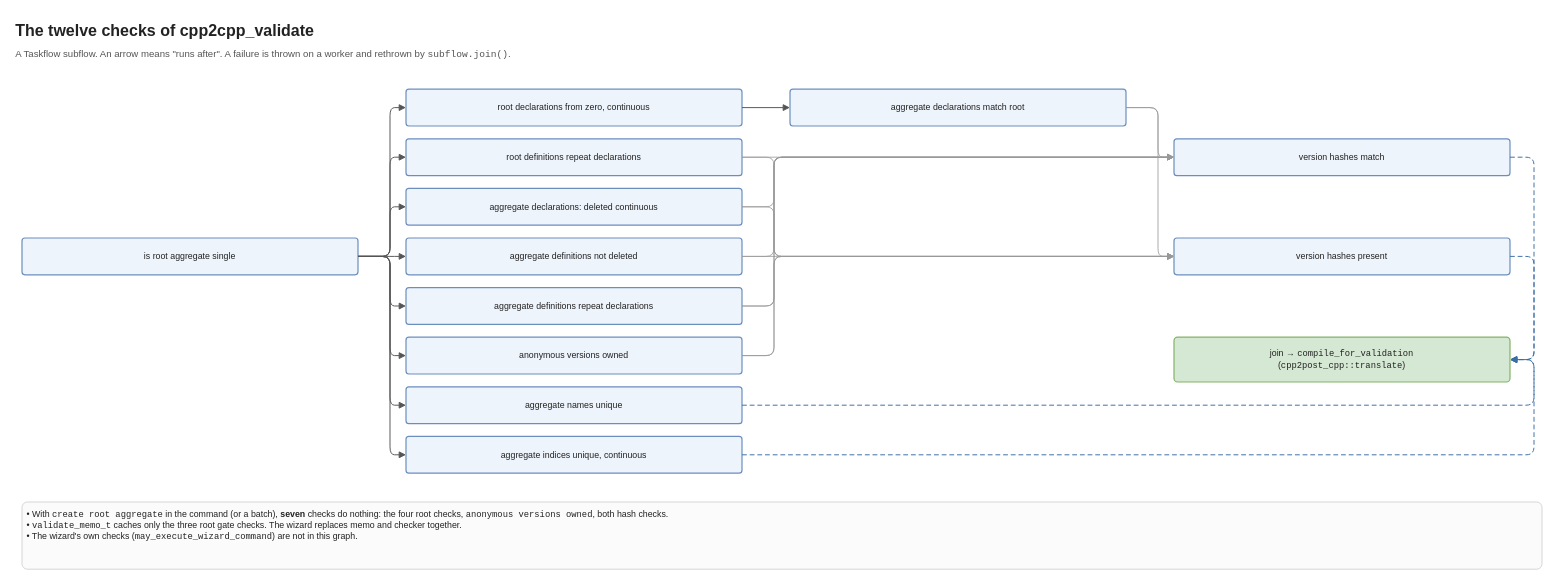
Earlier version of the draw.io diagram drawio/37_dev_validate_dag.drawio (goloveshin/galimatron_doc). Source tidied: cells renumbered, new cells numbered last; positions are measured from the earlier drawing's top-left corner, leaving out a move shared by most shapes. Both pictures are drawn from the tidied source at 80%, with x=0, y=0 at pixel (14, 14).
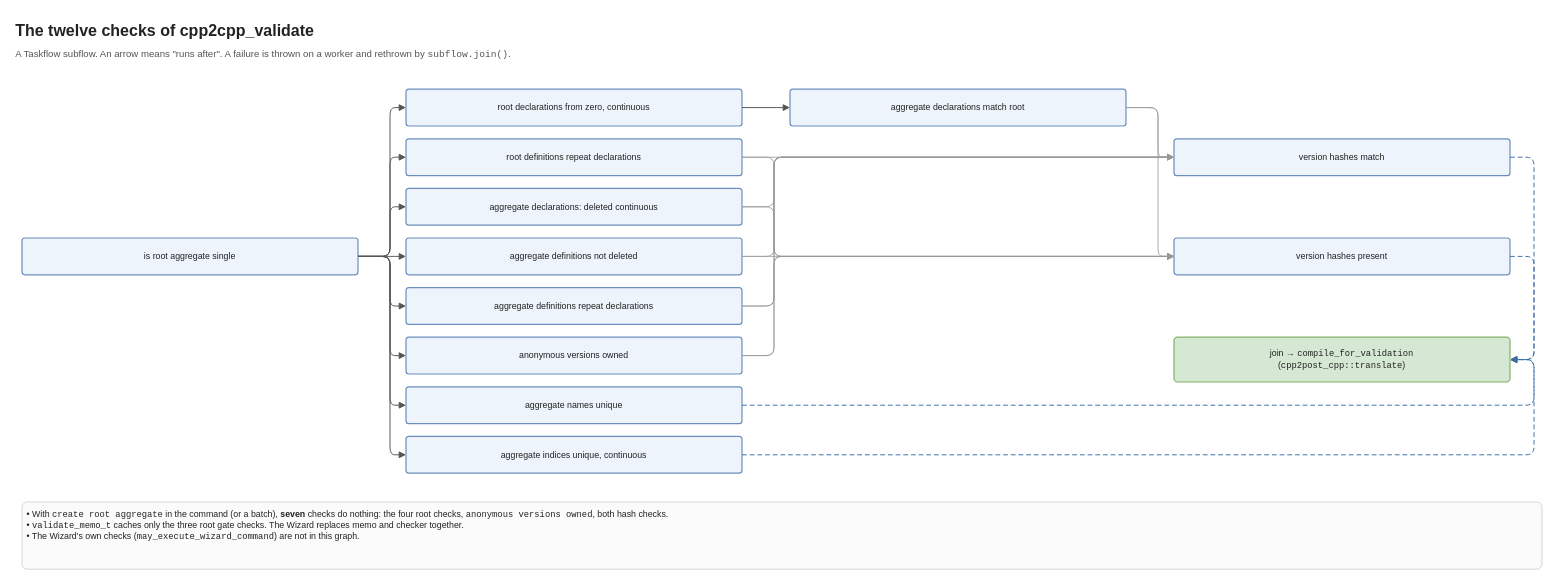
Above is the later version.

Diff of the diagram source:
```diff
@@
-    <mxCell id="42" value="• With &lt;font face=&quot;Consolas&quot;&gt;create root aggregate&lt;/font&gt; in the command (or a batch), &lt;b&gt;seven&lt;/b&gt; checks do nothing: the four root checks, &lt;font face=&quot;Consolas&quot;&gt;anonymous versions owned&lt;/font&gt;, both hash checks.&lt;br&gt;• &lt;font face=&quot;Consolas&quot;&gt;validate_memo_t&lt;/font&gt; caches only the three root gate checks. The wizard replaces memo and checker together.&lt;br&gt;• The wizard's own checks (&lt;font face=&quot;Consolas&quot;&gt;may_execute_wizard_command&lt;/font&gt;) are not in this graph." style="whiteSpace=wrap;html=1;fillColor=#fbfbfb;strokeColor=#cccccc;strokeWidth=1;fontSize=11;fontColor=#222222;align=left;verticalAlign=top;spacingLeft=4;spacingRight=4;spacingTop=2;spacingBottom=2;rounded=1;arcSize=8;" parent="1" vertex="1">
+    <mxCell id="42" value="• With &lt;font face=&quot;Consolas&quot;&gt;create root aggregate&lt;/font&gt; in the command (or a batch), &lt;b&gt;seven&lt;/b&gt; checks do nothing: the four root checks, &lt;font face=&quot;Consolas&quot;&gt;anonymous versions owned&lt;/font&gt;, both hash checks.&lt;br&gt;• &lt;font face=&quot;Consolas&quot;&gt;validate_memo_t&lt;/font&gt; caches only the three root gate checks. The Wizard replaces memo and checker together.&lt;br&gt;• The Wizard's own checks (&lt;font face=&quot;Consolas&quot;&gt;may_execute_wizard_command&lt;/font&gt;) are not in this graph." style="whiteSpace=wrap;html=1;fillColor=#fbfbfb;strokeColor=#cccccc;strokeWidth=1;fontSize=11;fontColor=#222222;align=left;verticalAlign=top;spacingLeft=4;spacingRight=4;spacingTop=2;spacingBottom=2;rounded=1;arcSize=8;" parent="1" vertex="1">
       <mxGeometry x="10" y="610" width="1900" height="84" as="geometry" />
     </mxCell>
```
